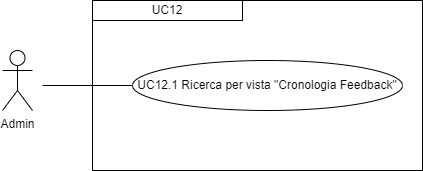
ShameIRL/farmacode keeps this draw.io diagram as imgs/Uml/UC12.1.png. Above is the earlier version. Source tidied: cells renumbered, new cells last; positions are measured from the earlier drawing's top-left corner, leaving out a move shared by most shapes.
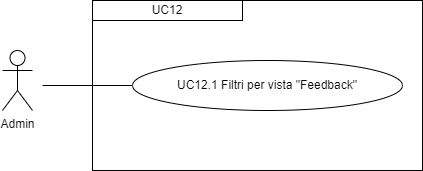
After the change.

What changed in the source:
```diff
@@ -11,7 +11,7 @@
     <mxCell id="4" value="&lt;div style=&quot;&quot;&gt;UC12&lt;/div&gt;" style="rounded=0;whiteSpace=wrap;html=1;fillColor=none;align=center;" parent="1" vertex="1">
       <mxGeometry x="90" width="150" height="20" as="geometry" />
     </mxCell>
-    <mxCell id="5" value="UC12.1 Ricerca per vista &quot;Cronologia Feedback&quot;" style="ellipse;whiteSpace=wrap;html=1;" parent="1" vertex="1">
+    <mxCell id="5" value="UC12.1 Filtri per vista &quot;Feedback&quot;" style="ellipse;whiteSpace=wrap;html=1;" parent="1" vertex="1">
       <mxGeometry x="130" y="60" width="270" height="50" as="geometry" />
     </mxCell>
     <mxCell id="6" style="endArrow=none;html=1;rounded=0;entryX=0;entryY=0.5;entryDx=0;entryDy=0;" parent="1" edge="1" target="5">
```
